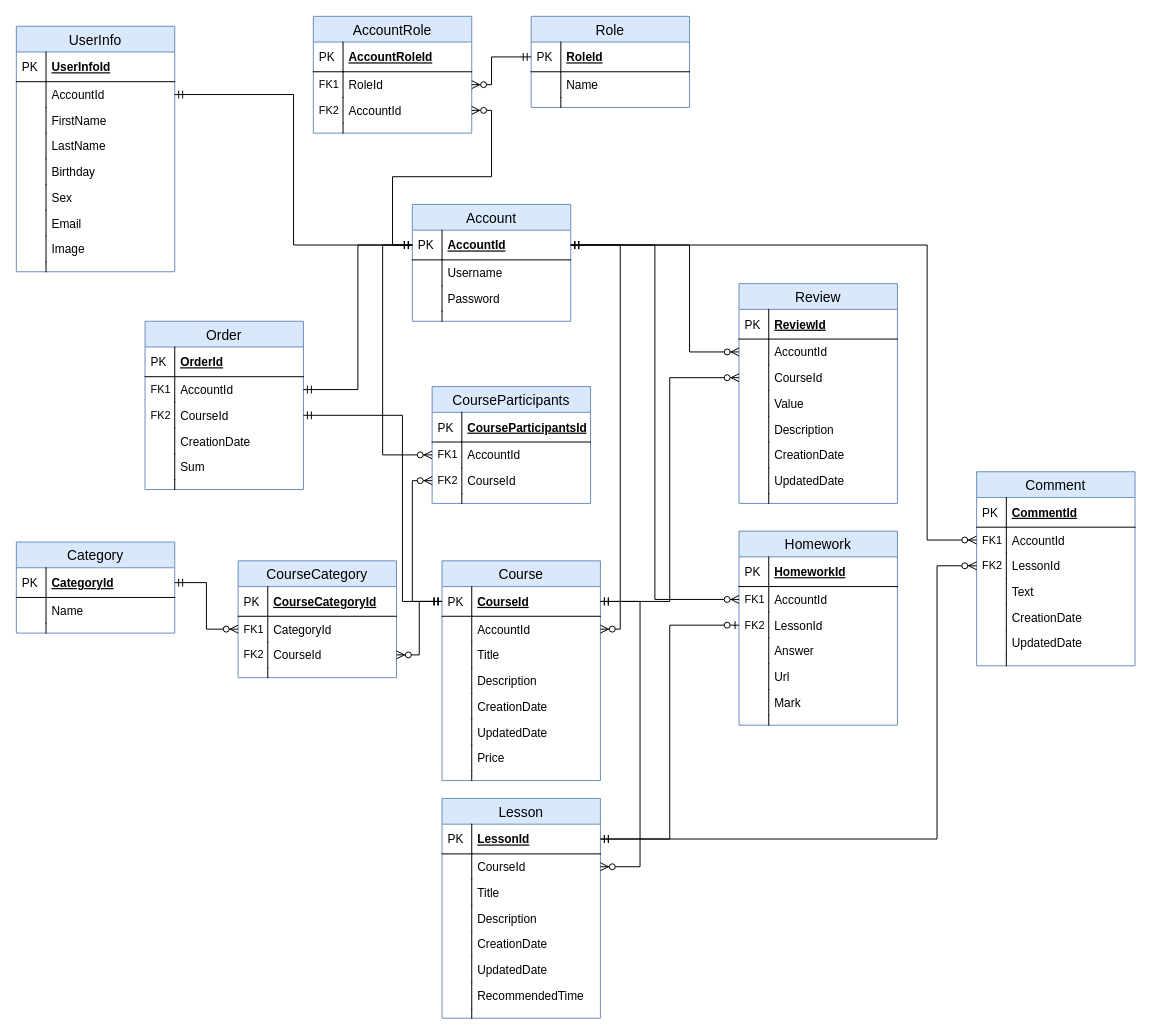
EvgeniyVashinko/EduApp keeps this draw.io diagram as EduApp/EduApp.Data/DbScheme/database.drawio. Above is the earlier version. Source tidied: cells renumbered, new cells numbered last; positions are measured from the earlier drawing's top-left corner, leaving out a move shared by most shapes. Both pictures are drawn from the tidied source at 99%, with x=0, y=0 at pixel (16, 16).
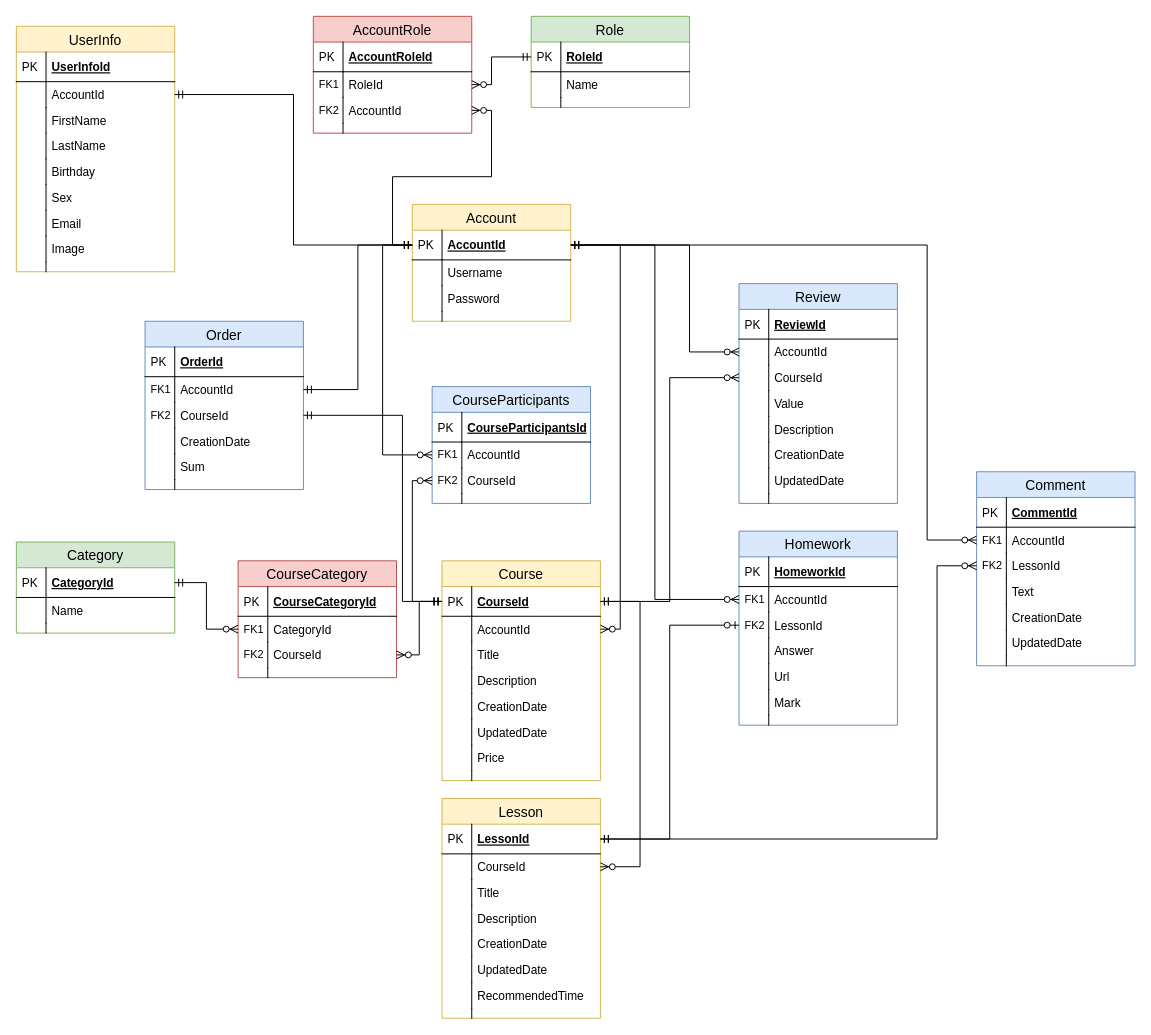
The same diagram, later.

Diff of the diagram source:
```diff
@@
-    <mxCell id="11" value="CourseCategory" style="swimlane;fontStyle=0;horizontal=1;startSize=26;fillColor=#dae8fc;swimlaneFillColor=#ffffff;align=center;fontSize=14;strokeColor=#6c8ebf;" parent="1" vertex="1">
+    <mxCell id="11" value="CourseCategory" style="swimlane;fontStyle=0;horizontal=1;startSize=26;fillColor=#f8cecc;swimlaneFillColor=#ffffff;align=center;fontSize=14;strokeColor=#b85450;" parent="1" vertex="1">
       <mxGeometry x="224" y="550" width="160" height="118" as="geometry" />
     </mxCell>
@@
-    <mxCell id="20" value="Course" style="swimlane;fontStyle=0;horizontal=1;startSize=26;fillColor=#dae8fc;swimlaneFillColor=#ffffff;align=center;fontSize=14;strokeColor=#6c8ebf;" parent="1" vertex="1">
+    <mxCell id="20" value="Course" style="swimlane;fontStyle=0;horizontal=1;startSize=26;fillColor=#fff2cc;swimlaneFillColor=#ffffff;align=center;fontSize=14;strokeColor=#d6b656;" parent="1" vertex="1">
       <mxGeometry x="430" y="550" width="160" height="222" as="geometry" />
     </mxCell>
@@
-    <mxCell id="37" value="Lesson" style="swimlane;fontStyle=0;horizontal=1;startSize=26;fillColor=#dae8fc;swimlaneFillColor=#ffffff;align=center;fontSize=14;strokeColor=#6c8ebf;" parent="1" vertex="1">
+    <mxCell id="37" value="Lesson" style="swimlane;fontStyle=0;horizontal=1;startSize=26;fillColor=#fff2cc;swimlaneFillColor=#ffffff;align=center;fontSize=14;strokeColor=#d6b656;" parent="1" vertex="1">
       <mxGeometry x="430" y="790" width="160" height="222" as="geometry" />
     </mxCell>
@@
-    <mxCell id="67" value="Category" style="swimlane;fontStyle=0;horizontal=1;startSize=26;fillColor=#dae8fc;swimlaneFillColor=#ffffff;align=center;fontSize=14;strokeColor=#6c8ebf;" parent="1" vertex="1">
+    <mxCell id="67" value="Category" style="swimlane;fontStyle=0;horizontal=1;startSize=26;fillColor=#d5e8d4;swimlaneFillColor=#ffffff;align=center;fontSize=14;strokeColor=#82b366;" parent="1" vertex="1">
       <mxGeometry y="531" width="160" height="92" as="geometry" />
     </mxCell>
@@
-    <mxCell id="74" value="UserInfo" style="swimlane;fontStyle=0;horizontal=1;startSize=26;fillColor=#dae8fc;swimlaneFillColor=#ffffff;align=center;fontSize=14;strokeColor=#6c8ebf;" parent="1" vertex="1">
+    <mxCell id="74" value="UserInfo" style="swimlane;fontStyle=0;horizontal=1;startSize=26;fillColor=#fff2cc;swimlaneFillColor=#ffffff;align=center;fontSize=14;strokeColor=#d6b656;" parent="1" vertex="1">
       <mxGeometry y="10" width="160" height="248" as="geometry" />
     </mxCell>
@@
-    <mxCell id="140" value="Account" style="swimlane;fontStyle=0;horizontal=1;startSize=26;fillColor=#dae8fc;swimlaneFillColor=#ffffff;align=center;fontSize=14;strokeColor=#6c8ebf;" parent="1" vertex="1">
+    <mxCell id="140" value="Account" style="swimlane;fontStyle=0;horizontal=1;startSize=26;fillColor=#fff2cc;swimlaneFillColor=#ffffff;align=center;fontSize=14;strokeColor=#d6b656;" parent="1" vertex="1">
       <mxGeometry x="400" y="190" width="160" height="118" as="geometry" />
     </mxCell>
@@
-    <mxCell id="149" value="AccountRole" style="swimlane;fontStyle=0;horizontal=1;startSize=26;fillColor=#dae8fc;swimlaneFillColor=#ffffff;align=center;fontSize=14;strokeColor=#6c8ebf;" parent="1" vertex="1">
+    <mxCell id="149" value="AccountRole" style="swimlane;fontStyle=0;horizontal=1;startSize=26;fillColor=#f8cecc;swimlaneFillColor=#ffffff;align=center;fontSize=14;strokeColor=#b85450;" parent="1" vertex="1">
       <mxGeometry x="300" width="160" height="118" as="geometry" />
     </mxCell>
@@
-    <mxCell id="158" value="Role" style="swimlane;fontStyle=0;horizontal=1;startSize=26;fillColor=#dae8fc;swimlaneFillColor=#ffffff;align=center;fontSize=14;strokeColor=#6c8ebf;" parent="1" vertex="1">
+    <mxCell id="158" value="Role" style="swimlane;fontStyle=0;horizontal=1;startSize=26;fillColor=#d5e8d4;swimlaneFillColor=#ffffff;align=center;fontSize=14;strokeColor=#82b366;" parent="1" vertex="1">
       <mxGeometry x="520" width="160" height="92" as="geometry" />
     </mxCell>
```
